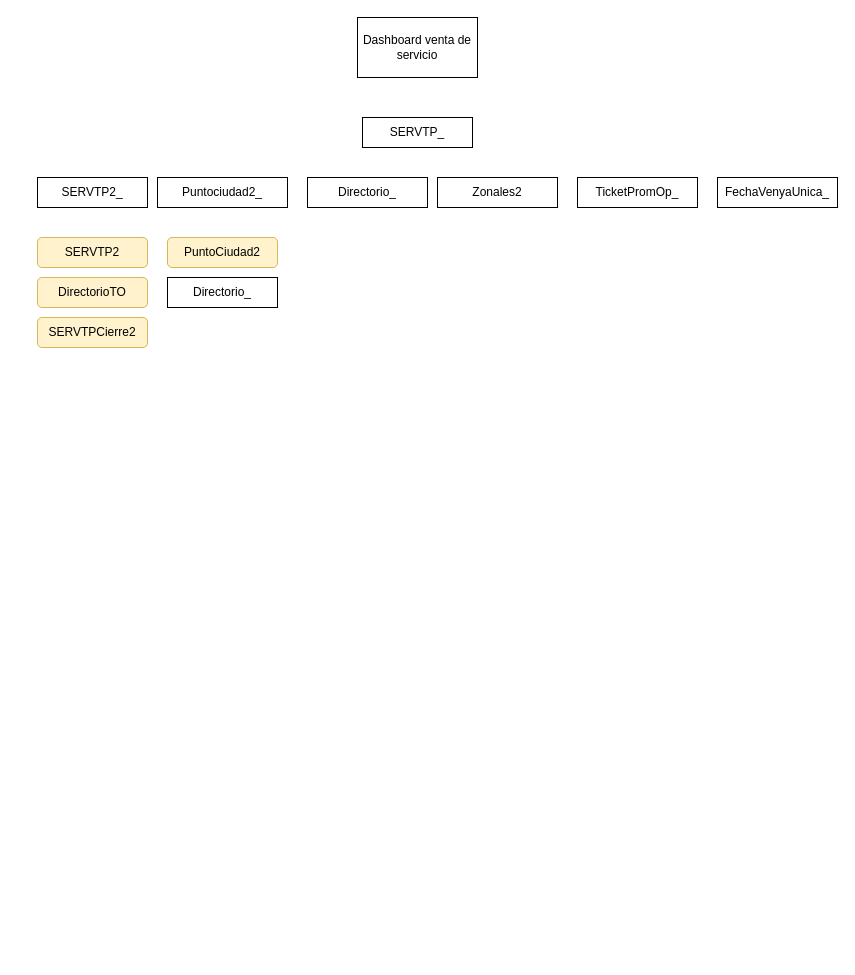
Above: Diagrama sin título.drawio in gabybecool/Drawio (draw.io), before the change. Source tidied: cells renumbered, new cells numbered last; positions are measured from the earlier drawing's top-left corner, leaving out a move shared by most shapes. Both pictures are drawn from the tidied source at 100%, with x=0, y=0 at pixel (37, 17).
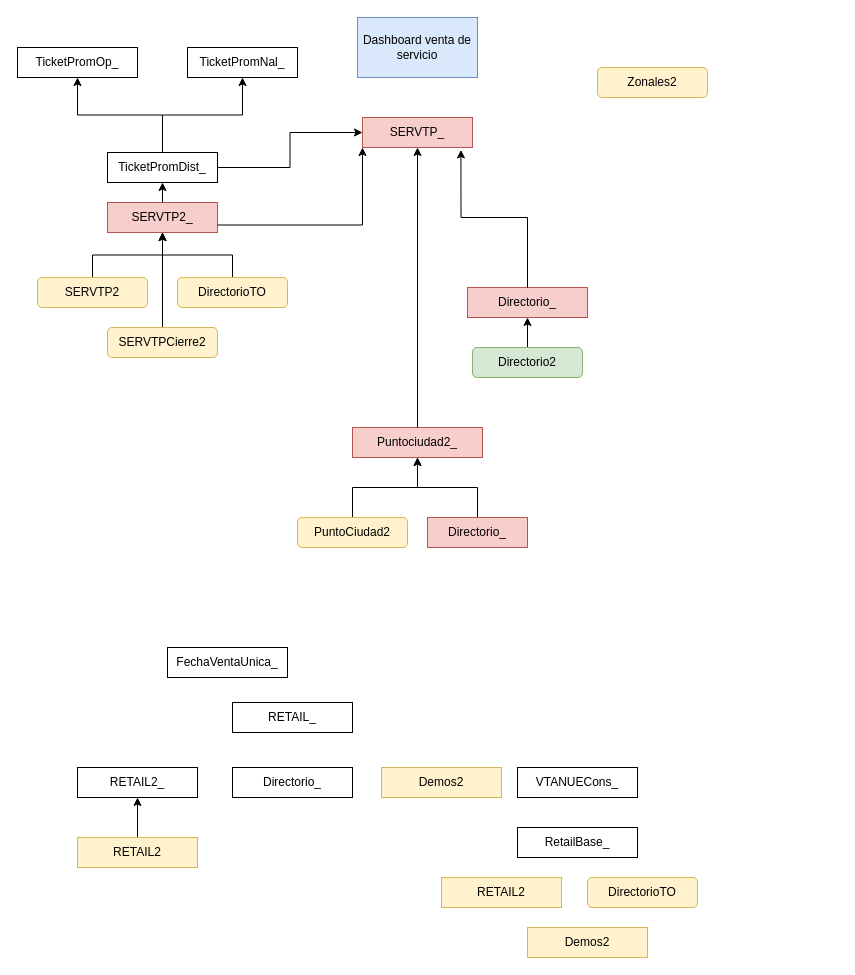
After the change.

What changed in the source:
```diff
@@
-    <mxCell id="2" value="Dashboard venta de servicio" style="rounded=0;whiteSpace=wrap;html=1;" parent="1" vertex="1">
+    <mxCell id="2" value="Dashboard venta de servicio" style="rounded=0;whiteSpace=wrap;html=1;fillColor=#dae8fc;strokeColor=#6c8ebf;" parent="1" vertex="1">
       <mxGeometry x="320" width="120" height="60" as="geometry" />
     </mxCell>
-    <mxCell id="3" value="SERVTP_" style="rounded=0;whiteSpace=wrap;html=1;" parent="1" vertex="1">
+    <mxCell id="3" value="SERVTP_" style="rounded=0;whiteSpace=wrap;html=1;fillColor=#f8cecc;strokeColor=#b85450;" parent="1" vertex="1">
       <mxGeometry x="325" y="100" width="110" height="30" as="geometry" />
     </mxCell>
-    <mxCell id="4" value="SERVTP2_" style="rounded=0;whiteSpace=wrap;html=1;" parent="1" vertex="1">
-      <mxGeometry y="160" width="110" height="30" as="geometry" />
+    <mxCell id="4" value="SERVTP2_" style="rounded=0;whiteSpace=wrap;html=1;fillColor=#f8cecc;strokeColor=#b85450;" parent="1" vertex="1">
+      <mxGeometry x="70" y="185" width="110" height="30" as="geometry" />
     </mxCell>
-    <mxCell id="5" value="Puntociudad2_" style="rounded=0;whiteSpace=wrap;html=1;" parent="1" vertex="1">
-      <mxGeometry x="120" y="160" width="130" height="30" as="geometry" />
+    <mxCell id="5" value="Puntociudad2_" style="rounded=0;whiteSpace=wrap;html=1;fillColor=#f8cecc;strokeColor=#b85450;" parent="1" vertex="1">
+      <mxGeometry x="315" y="410" width="130" height="30" as="geometry" />
     </mxCell>
-    <mxCell id="6" value="Zonales2" style="rounded=0;whiteSpace=wrap;html=1;" parent="1" vertex="1">
-      <mxGeometry x="400" y="160" width="120" height="30" as="geometry" />
-    </mxCell>
     <mxCell id="7" value="TicketPromOp_" style="rounded=0;whiteSpace=wrap;html=1;" parent="1" vertex="1">
-      <mxGeometry x="540" y="160" width="120" height="30" as="geometry" />
+      <mxGeometry x="-20" y="30" width="120" height="30" as="geometry" />
     </mxCell>
-    <mxCell id="8" value="FechaVenyaUnica_" style="rounded=0;whiteSpace=wrap;html=1;" parent="1" vertex="1">
-      <mxGeometry x="680" y="160" width="120" height="30" as="geometry" />
+    <mxCell id="8" value="FechaVentaUnica_" style="rounded=0;whiteSpace=wrap;html=1;" parent="1" vertex="1">
+      <mxGeometry x="130" y="630" width="120" height="30" as="geometry" />
     </mxCell>
-    <mxCell id="9" value="Directorio_" style="rounded=0;whiteSpace=wrap;html=1;" parent="1" vertex="1">
-      <mxGeometry x="270" y="160" width="120" height="30" as="geometry" />
+    <mxCell id="9" value="Directorio_" style="rounded=0;whiteSpace=wrap;html=1;fillColor=#f8cecc;strokeColor=#b85450;" parent="1" vertex="1">
+      <mxGeometry x="430" y="270" width="120" height="30" as="geometry" />
     </mxCell>
+    <mxCell id="15" style="edgeStyle=orthogonalEdgeStyle;rounded=0;jettySize=auto;html=1;exitX=0.5;exitY=0;exitDx=0;exitDy=0;entryX=0.5;entryY=1;entryDx=0;entryDy=0;" parent="1" edge="1" source="10" target="4">
+      <mxGeometry relative="1" as="geometry" />
+    </mxCell>
     <mxCell id="10" value="SERVTP2" style="rounded=1;whiteSpace=wrap;html=1;fillColor=#fff2cc;strokeColor=#d6b656;" parent="1" vertex="1">
-      <mxGeometry y="220" width="110" height="30" as="geometry" />
+      <mxGeometry y="260" width="110" height="30" as="geometry" />
     </mxCell>
+    <mxCell id="16" style="edgeStyle=orthogonalEdgeStyle;rounded=0;jettySize=auto;html=1;exitX=0.5;exitY=0;exitDx=0;exitDy=0;entryX=0.5;entryY=1;entryDx=0;entryDy=0;" parent="1" edge="1" source="11" target="4">
+      <mxGeometry relative="1" as="geometry" />
+    </mxCell>
     <mxCell id="11" value="DirectorioTO" style="rounded=1;whiteSpace=wrap;html=1;fillColor=#fff2cc;strokeColor=#d6b656;" parent="1" vertex="1">
-      <mxGeometry y="260" width="110" height="30" as="geometry" />
+      <mxGeometry x="140" y="260" width="110" height="30" as="geometry" />
     </mxCell>
+    <mxCell id="17" style="edgeStyle=orthogonalEdgeStyle;rounded=0;jettySize=auto;html=1;exitX=0.5;exitY=0;exitDx=0;exitDy=0;entryX=0.5;entryY=1;entryDx=0;entryDy=0;" parent="1" edge="1" source="12" target="4">
+      <mxGeometry relative="1" as="geometry" />
+    </mxCell>
     <mxCell id="12" value="SERVTPCierre2" style="rounded=1;whiteSpace=wrap;html=1;fillColor=#fff2cc;strokeColor=#d6b656;" parent="1" vertex="1">
-      <mxGeometry y="300" width="110" height="30" as="geometry" />
+      <mxGeometry x="70" y="310" width="110" height="30" as="geometry" />
     </mxCell>
+    <mxCell id="18" style="edgeStyle=orthogonalEdgeStyle;rounded=0;jettySize=auto;html=1;exitX=0.5;exitY=0;exitDx=0;exitDy=0;entryX=0.5;entryY=1;entryDx=0;entryDy=0;" parent="1" edge="1" source="13" target="5">
+      <mxGeometry relative="1" as="geometry" />
+    </mxCell>
     <mxCell id="13" value="PuntoCiudad2" style="rounded=1;whiteSpace=wrap;html=1;fillColor=#fff2cc;strokeColor=#d6b656;" parent="1" vertex="1">
-      <mxGeometry x="130" y="220" width="110" height="30" as="geometry" />
+      <mxGeometry x="260" y="500" width="110" height="30" as="geometry" />
     </mxCell>
+    <mxCell id="19" style="edgeStyle=orthogonalEdgeStyle;rounded=0;jettySize=auto;html=1;exitX=0.5;exitY=0;exitDx=0;exitDy=0;entryX=0.5;entryY=1;entryDx=0;entryDy=0;" parent="1" edge="1" source="14" target="5">
+      <mxGeometry relative="1" as="geometry" />
+    </mxCell>
-    <mxCell id="14" value="Directorio_" style="rounded=0;whiteSpace=wrap;html=1;" parent="1" vertex="1">
-      <mxGeometry x="130" y="260" width="110" height="30" as="geometry" />
+    <mxCell id="14" value="Directorio_" style="rounded=0;whiteSpace=wrap;html=1;fillColor=#f8cecc;strokeColor=#b85450;" parent="1" vertex="1">
+      <mxGeometry x="390" y="500" width="100" height="30" as="geometry" />
     </mxCell>
+    <mxCell id="20" style="edgeStyle=orthogonalEdgeStyle;rounded=0;jettySize=auto;html=1;exitX=0.5;exitY=0;exitDx=0;exitDy=0;entryX=0.5;entryY=1;entryDx=0;entryDy=0;" parent="1" edge="1" source="21" target="9">
+      <mxGeometry relative="1" as="geometry" />
+    </mxCell>
+    <mxCell id="21" value="Directorio2" style="rounded=1;whiteSpace=wrap;html=1;fillColor=#d5e8d4;strokeColor=#82b366;" parent="1" vertex="1">
+      <mxGeometry x="435" y="330" width="110" height="30" as="geometry" />
+    </mxCell>
+    <mxCell id="6" value="Zonales2" style="rounded=1;whiteSpace=wrap;html=1;fillColor=#fff2cc;strokeColor=#d6b656;" parent="1" vertex="1">
+      <mxGeometry x="560" y="50" width="110" height="30" as="geometry" />
+    </mxCell>
+    <mxCell id="22" value="TicketPromNal_" style="rounded=0;whiteSpace=wrap;html=1;" parent="1" vertex="1">
+      <mxGeometry x="150" y="30" width="110" height="30" as="geometry" />
+    </mxCell>
+    <mxCell id="23" style="edgeStyle=orthogonalEdgeStyle;rounded=0;jettySize=auto;html=1;exitX=0.5;exitY=0;exitDx=0;exitDy=0;entryX=0.5;entryY=1;entryDx=0;entryDy=0;" parent="1" edge="1" source="26" target="7">
+      <mxGeometry relative="1" as="geometry" />
+    </mxCell>
+    <mxCell id="24" style="edgeStyle=orthogonalEdgeStyle;rounded=0;jettySize=auto;html=1;exitX=0.5;exitY=0;exitDx=0;exitDy=0;entryX=0.5;entryY=1;entryDx=0;entryDy=0;" parent="1" edge="1" source="26" target="22">
+      <mxGeometry relative="1" as="geometry" />
+    </mxCell>
+    <mxCell id="25" style="edgeStyle=orthogonalEdgeStyle;rounded=0;jettySize=auto;html=1;exitX=1;exitY=0.5;exitDx=0;exitDy=0;entryX=0;entryY=0.5;entryDx=0;entryDy=0;" parent="1" edge="1" source="26" target="3">
+      <mxGeometry relative="1" as="geometry" />
+    </mxCell>
+    <mxCell id="26" value="TicketPromDist_" style="rounded=0;whiteSpace=wrap;html=1;" parent="1" vertex="1">
+      <mxGeometry x="70" y="135" width="110" height="30" as="geometry" />
+    </mxCell>
+    <mxCell id="27" style="edgeStyle=orthogonalEdgeStyle;rounded=0;jettySize=auto;html=1;exitX=0.5;exitY=0;exitDx=0;exitDy=0;entryX=0.5;entryY=1;entryDx=0;entryDy=0;" parent="1" edge="1" target="26">
+      <mxGeometry relative="1" as="geometry">
+        <mxPoint x="125" y="185" as="sourcePoint" />
+      </mxGeometry>
+    </mxCell>
+    <mxCell id="28" style="edgeStyle=orthogonalEdgeStyle;rounded=0;jettySize=auto;html=1;exitX=1;exitY=0.75;exitDx=0;exitDy=0;entryX=0;entryY=1;entryDx=0;entryDy=0;" parent="1" edge="1" source="4" target="3">
+      <mxGeometry relative="1" as="geometry" />
+    </mxCell>
+    <mxCell id="29" style="edgeStyle=orthogonalEdgeStyle;rounded=0;jettySize=auto;html=1;exitX=0.5;exitY=0;exitDx=0;exitDy=0;entryX=0.5;entryY=1;entryDx=0;entryDy=0;" parent="1" edge="1" source="5" target="3">
+      <mxGeometry relative="1" as="geometry" />
+    </mxCell>
+    <mxCell id="30" style="edgeStyle=orthogonalEdgeStyle;rounded=0;jettySize=auto;html=1;exitX=0.5;exitY=0;exitDx=0;exitDy=0;entryX=0.895;entryY=1.08;entryDx=0;entryDy=0;entryPerimeter=0;" parent="1" edge="1" source="9" target="3">
+      <mxGeometry relative="1" as="geometry" />
+    </mxCell>
+    <mxCell id="31" value="RETAIL_" style="rounded=0;whiteSpace=wrap;html=1;" parent="1" vertex="1">
+      <mxGeometry x="195" y="685" width="120" height="30" as="geometry" />
+    </mxCell>
+    <mxCell id="32" value="RETAIL2_" style="rounded=0;whiteSpace=wrap;html=1;" parent="1" vertex="1">
+      <mxGeometry x="40" y="750" width="120" height="30" as="geometry" />
+    </mxCell>
+    <mxCell id="33" value="Directorio_" style="rounded=0;whiteSpace=wrap;html=1;" parent="1" vertex="1">
+      <mxGeometry x="195" y="750" width="120" height="30" as="geometry" />
+    </mxCell>
+    <mxCell id="34" value="Demos2" style="rounded=0;whiteSpace=wrap;html=1;fillColor=#fff2cc;strokeColor=#d6b656;" parent="1" vertex="1">
+      <mxGeometry x="344" y="750" width="120" height="30" as="geometry" />
+    </mxCell>
+    <mxCell id="35" style="edgeStyle=orthogonalEdgeStyle;rounded=0;jettySize=auto;html=1;exitX=0.5;exitY=0;exitDx=0;exitDy=0;entryX=0.5;entryY=1;entryDx=0;entryDy=0;" parent="1" edge="1" source="36" target="32">
+      <mxGeometry relative="1" as="geometry" />
+    </mxCell>
+    <mxCell id="36" value="RETAIL2" style="rounded=0;whiteSpace=wrap;html=1;fillColor=#fff2cc;strokeColor=#d6b656;" parent="1" vertex="1">
+      <mxGeometry x="40" y="820" width="120" height="30" as="geometry" />
+    </mxCell>
+    <mxCell id="37" value="VTANUECons_" style="rounded=0;whiteSpace=wrap;html=1;" parent="1" vertex="1">
+      <mxGeometry x="480" y="750" width="120" height="30" as="geometry" />
+    </mxCell>
+    <mxCell id="38" value="RetailBase_" style="rounded=0;whiteSpace=wrap;html=1;" parent="1" vertex="1">
+      <mxGeometry x="480" y="810" width="120" height="30" as="geometry" />
+    </mxCell>
+    <mxCell id="39" value="RETAIL2" style="rounded=0;whiteSpace=wrap;html=1;fillColor=#fff2cc;strokeColor=#d6b656;" parent="1" vertex="1">
+      <mxGeometry x="404" y="860" width="120" height="30" as="geometry" />
+    </mxCell>
+    <mxCell id="40" value="Demos2" style="rounded=0;whiteSpace=wrap;html=1;fillColor=#fff2cc;strokeColor=#d6b656;" parent="1" vertex="1">
+      <mxGeometry x="490" y="910" width="120" height="30" as="geometry" />
+    </mxCell>
+    <mxCell id="41" value="DirectorioTO" style="rounded=1;whiteSpace=wrap;html=1;fillColor=#fff2cc;strokeColor=#d6b656;" parent="1" vertex="1">
+      <mxGeometry x="550" y="860" width="110" height="30" as="geometry" />
+    </mxCell>
```
